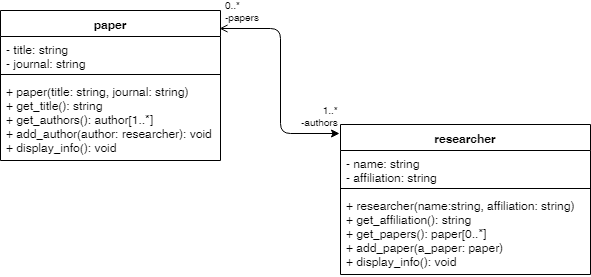
Above: uml/uml3.png in chgogos/oop (draw.io), before the change. Source tidied: cells renumbered, new cells last; positions are measured from the earlier drawing's top-left corner, leaving out a move shared by most shapes.
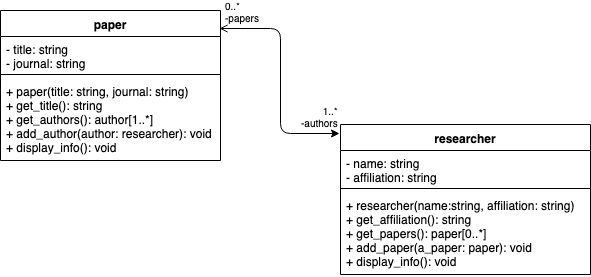
Above is the later version.

Diff of the diagram source:
```diff
@@ -23,7 +23,7 @@
     <mxCell id="8" style="line;strokeWidth=1;fillColor=none;align=left;verticalAlign=middle;spacingTop=-1;spacingLeft=3;spacingRight=3;labelPosition=right;" parent="6" vertex="1">
       <mxGeometry y="60" width="250" height="8" as="geometry" />
     </mxCell>
-    <mxCell id="9" value="+ researcher(name:string, affiliation: string)&#10;+ get_affiliation(): string&#10;+ get_papers(): paper[0..*]&#10;+ add_paper(a_paper: paper)&#10;+ display_info(): void&#10;" style="text;strokeColor=none;fillColor=none;align=left;verticalAlign=top;spacingLeft=4;spacingRight=4;overflow=hidden;" parent="6" vertex="1">
+    <mxCell id="9" value="+ researcher(name:string, affiliation: string)&#10;+ get_affiliation(): string&#10;+ get_papers(): paper[0..*]&#10;+ add_paper(a_paper: paper): void&#10;+ display_info(): void&#10;" style="text;strokeColor=none;fillColor=none;align=left;verticalAlign=top;spacingLeft=4;spacingRight=4;overflow=hidden;" parent="6" vertex="1">
       <mxGeometry y="68" width="250" height="82" as="geometry" />
     </mxCell>
     <mxCell id="10" style="endArrow=classic;html=1;edgeStyle=orthogonalEdgeStyle;entryX=-0.003;entryY=0.063;entryDx=0;entryDy=0;entryPerimeter=0;exitX=0.997;exitY=0.117;exitDx=0;exitDy=0;exitPerimeter=0;startArrow=open;startFill=0;endFill=1;" parent="1" edge="1" source="2" target="6">
```
